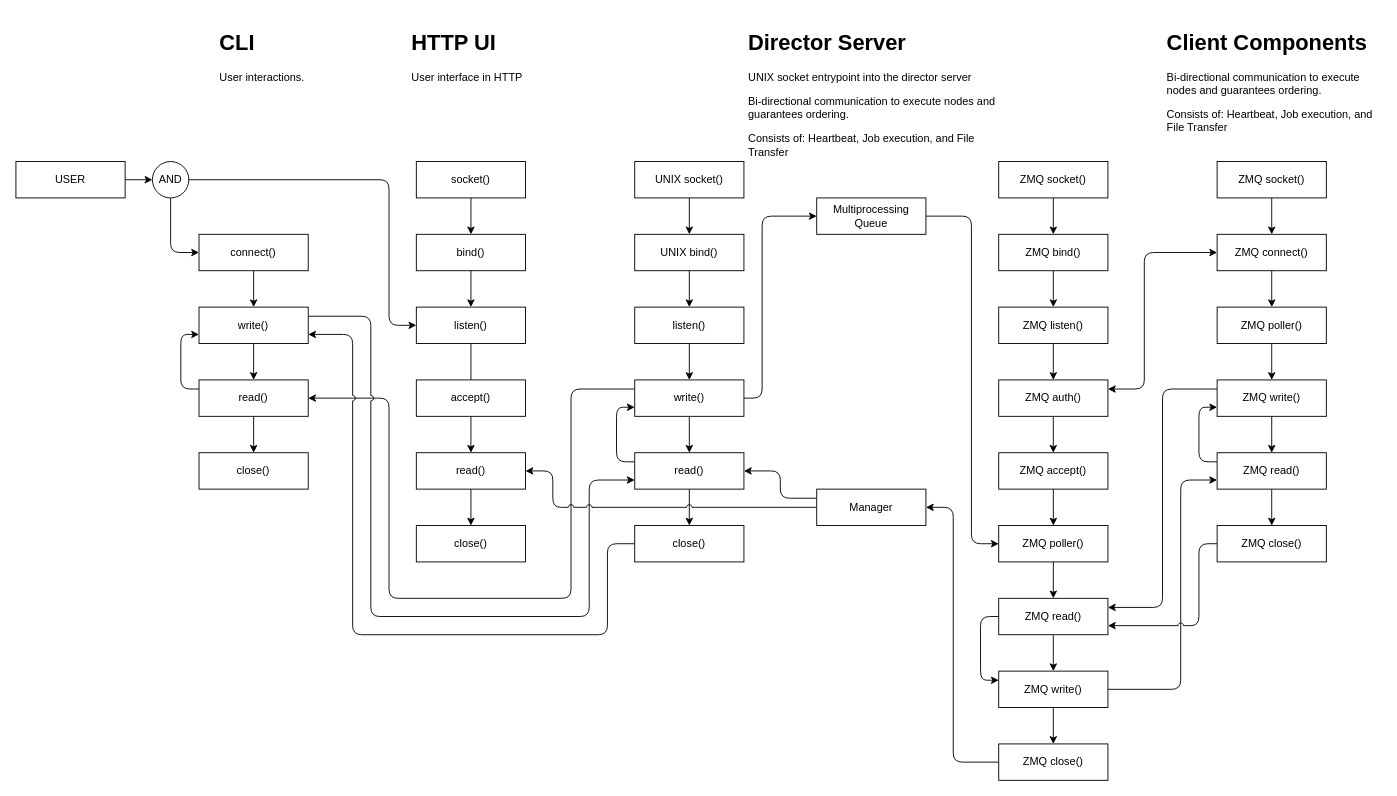
The draw.io diagram assets/Untitled Diagram.drawio in oshied/directord, before the edit. Source tidied: cells renumbered, new cells numbered last; positions are measured from the earlier drawing's top-left corner, leaving out a move shared by most shapes. Both pictures are drawn from the tidied source at 91%, with x=0, y=0 at pixel (15, 25).
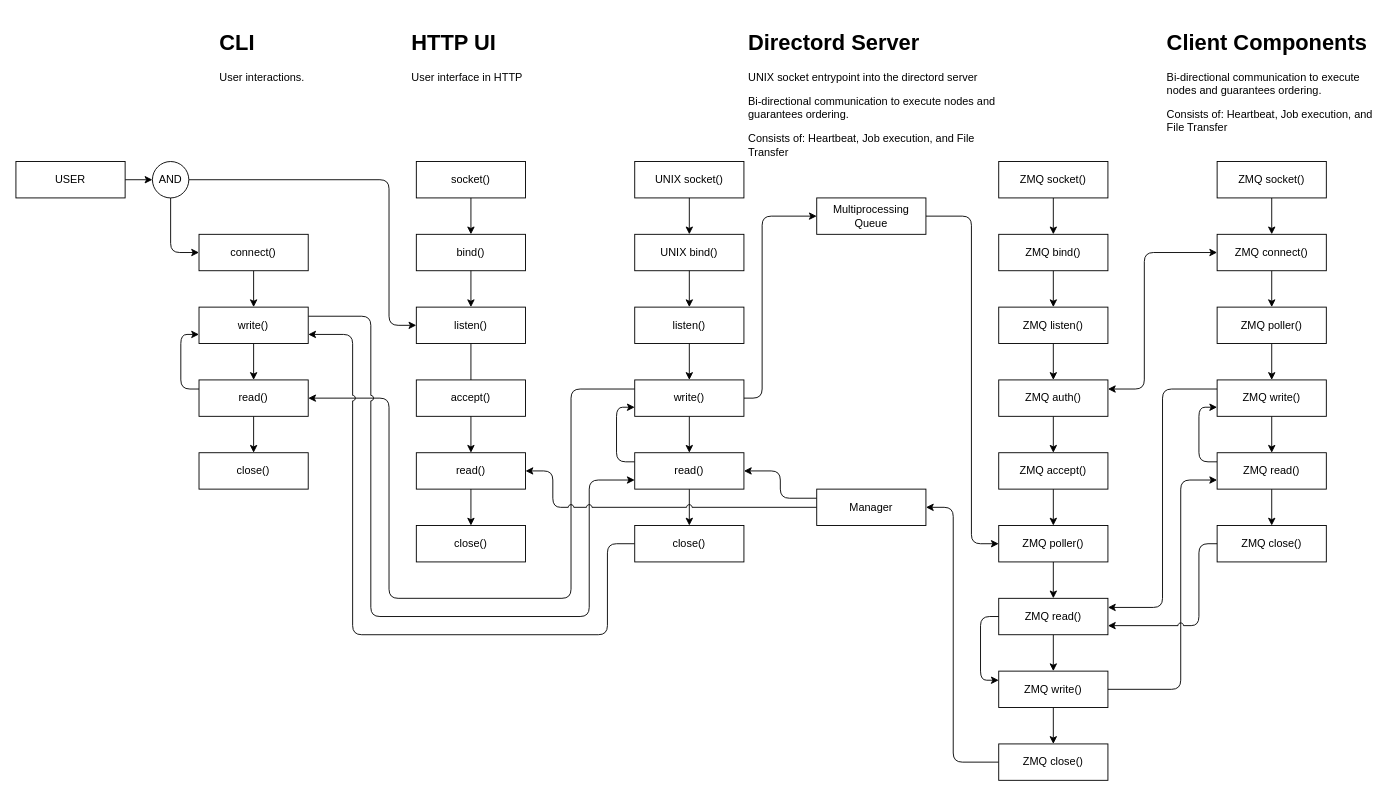
The same diagram, later.

What changed in the source:
```diff
@@
-    <mxCell id="5" value="&lt;h1&gt;Director Server&lt;/h1&gt;&lt;p&gt;UNIX socket entrypoint into the director server&lt;/p&gt;&lt;p&gt;Bi-directional communication to execute nodes and guarantees ordering.&lt;/p&gt;&lt;p&gt;Consists of: Heartbeat, Job execution, and File Transfer&lt;/p&gt;" style="text;html=1;strokeColor=none;fillColor=none;spacing=5;spacingTop=-20;whiteSpace=wrap;overflow=hidden;rounded=0;" parent="1" vertex="1">
+    <mxCell id="5" value="&lt;h1&gt;Directord Server&lt;/h1&gt;&lt;p&gt;UNIX socket entrypoint into the directord server&lt;/p&gt;&lt;p&gt;Bi-directional communication to execute nodes and guarantees ordering.&lt;/p&gt;&lt;p&gt;Consists of: Heartbeat, Job execution, and File Transfer&lt;/p&gt;" style="text;html=1;strokeColor=none;fillColor=none;spacing=5;spacingTop=-20;whiteSpace=wrap;overflow=hidden;rounded=0;" parent="1" vertex="1">
       <mxGeometry x="800" width="280" height="150" as="geometry" />
     </mxCell>
```
